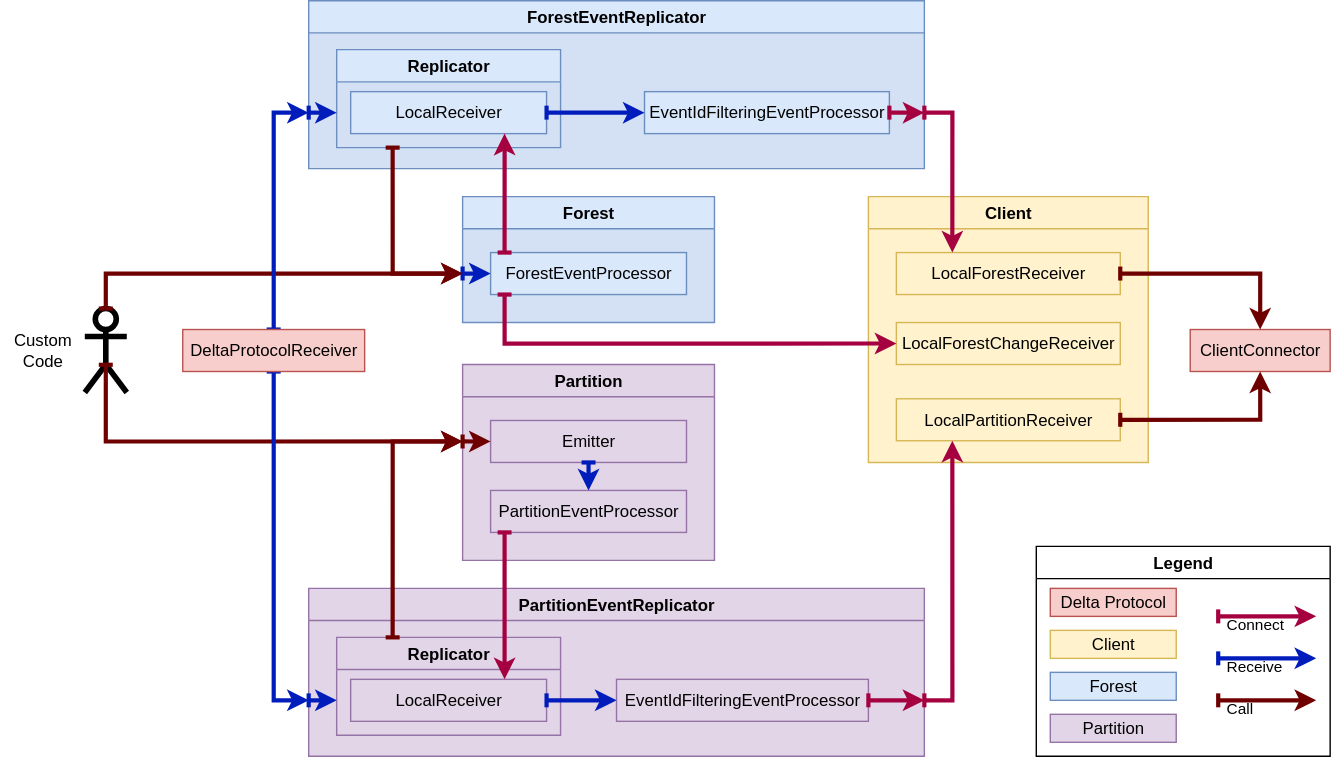
The draw.io diagram docs/processors-noSteps.drawio.svg in LionWeb-io/lionweb-csharp, before a commit. Source tidied: cells renumbered, new cells last; positions are measured from the earlier drawing's top-left corner, leaving out a move shared by most shapes.
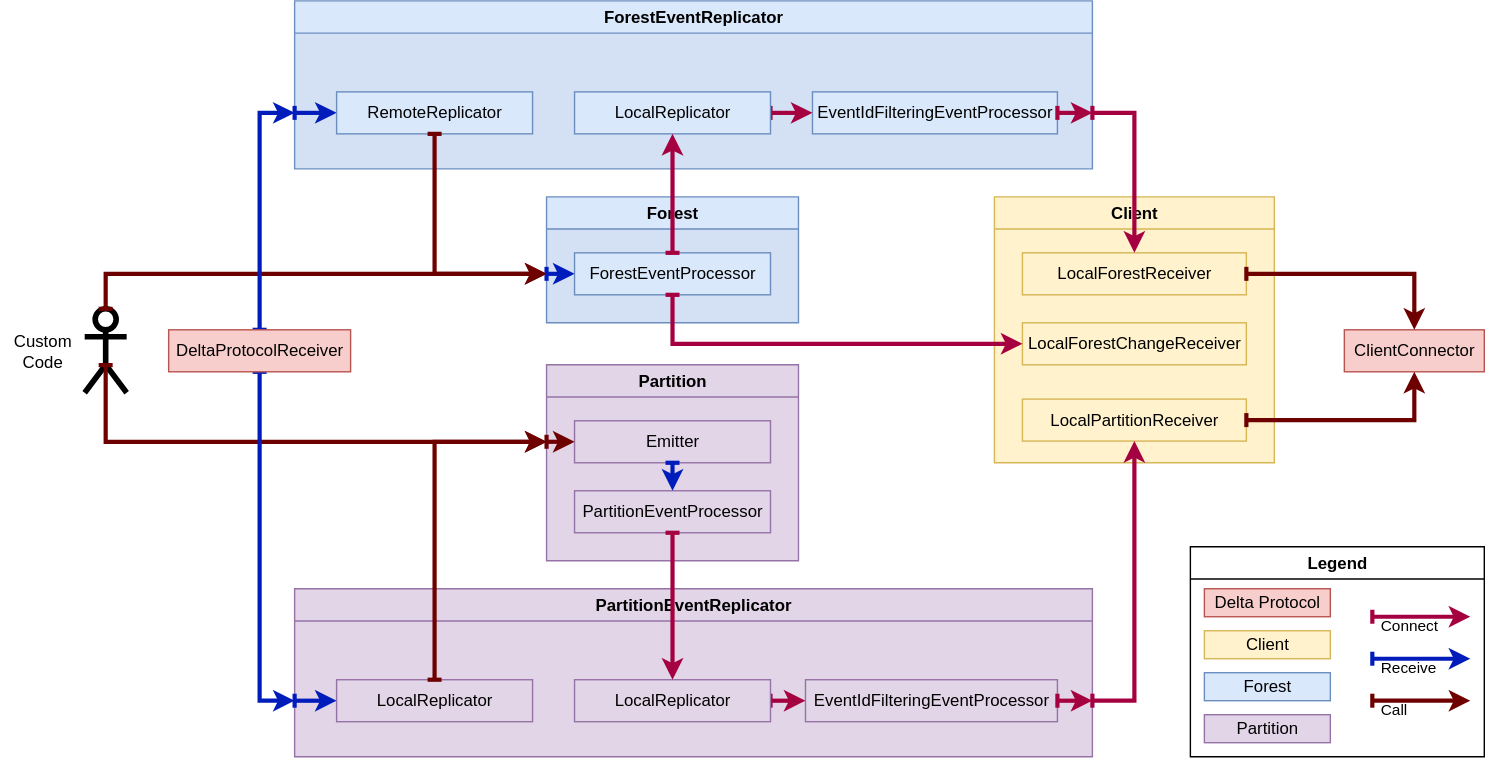
The same file after the commit.

The edit, as a diff of the source:
```diff
@@ -26,36 +26,31 @@
       <mxGeometry relative="1" as="geometry" />
     </mxCell>
     <mxCell id="7" value="&lt;div&gt;DeltaProtocolReceiver&lt;/div&gt;" style="rounded=0;whiteSpace=wrap;html=1;fillColor=#f8cecc;strokeColor=#b85450;" parent="1" vertex="1">
-      <mxGeometry x="130" y="235" width="130" height="30" as="geometry" />
+      <mxGeometry x="120" y="235" width="130" height="30" as="geometry" />
     </mxCell>
     <mxCell id="8" value="ForestEventReplicator" style="swimlane;whiteSpace=wrap;html=1;points=[[0,0,0,0,0],[0,0.25,0,0,0],[0,0.5,0,0,0],[0,1,0,0,-40],[0,1,0,0,0],[0.25,0,0,0,0],[0.25,1,0,0,0],[0.5,0,0,0,0],[0.5,1,0,0,0],[0.75,0,0,0,0],[0.75,1,0,0,0],[1,0,0,0,0],[1,0.25,0,0,0],[1,0.5,0,0,0],[1,1,0,0,-40],[1,1,0,0,0]];fillColor=#dae8fc;strokeColor=#6c8ebf;swimlaneFillColor=#D4E1F5;" parent="1" vertex="1">
-      <mxGeometry x="220" width="440" height="120" as="geometry" />
+      <mxGeometry x="210" width="570" height="120" as="geometry" />
     </mxCell>
-    <mxCell id="9" value="Replicator" style="swimlane;whiteSpace=wrap;html=1;points=[[0,0,0,0,0],[0,0.25,0,0,0],[0,0.5,0,0,0],[0,1,0,0,-25],[0,1,0,0,0],[0,1,0,40,0],[0.25,0,0,0,0],[0.5,0,0,0,0],[0.5,1,0,0,0],[0.75,0,0,0,0],[0.75,1,0,0,0],[1,0,0,0,0],[1,0.25,0,0,0],[1,0.5,0,0,0],[1,0.75,0,0,0],[1,1,0,0,0]];fillColor=#dae8fc;strokeColor=#6c8ebf;gradientColor=none;swimlaneFillColor=#D4E1F5;" parent="8" vertex="1">
-      <mxGeometry x="20" y="35" width="160" height="70" as="geometry" />
-    </mxCell>
-    <mxCell id="10" value="LocalReceiver" style="rounded=0;whiteSpace=wrap;html=1;points=[[0,0,0,0,0],[0,0.25,0,0,0],[0,0.5,0,0,0],[0,0.75,0,0,0],[0,1,0,0,0],[0.25,0,0,0,0],[0.25,1,0,0,0],[0.5,0,0,0,0],[0.5,1,0,0,0],[0.75,0,0,0,0],[1,0,0,0,0],[1,0.25,0,0,0],[1,0.5,0,0,0],[1,0.75,0,0,0],[1,1,0,-30,0],[1,1,0,0,0]];fillColor=#dae8fc;strokeColor=#6c8ebf;" parent="9" vertex="1">
-      <mxGeometry x="10" y="30" width="140" height="30" as="geometry" />
-    </mxCell>
     <mxCell id="11" value="EventIdFilteringEventProcessor" style="rounded=0;whiteSpace=wrap;html=1;fillColor=#dae8fc;strokeColor=#6c8ebf;" parent="8" vertex="1">
-      <mxGeometry x="240" y="65" width="175" height="30" as="geometry" />
+      <mxGeometry x="370" y="65" width="175" height="30" as="geometry" />
     </mxCell>
-    <mxCell id="12" style="edgeStyle=orthogonalEdgeStyle;rounded=0;jettySize=auto;html=1;exitX=0;exitY=1;exitDx=0;exitDy=-40;entryX=0;entryY=1;entryDx=0;entryDy=-25;fillColor=#0050ef;strokeColor=#001DBC;entryPerimeter=0;exitPerimeter=0;strokeWidth=3;startArrow=baseDash;startFill=0;" parent="8" edge="1" source="8" target="9">
+    <mxCell id="12" style="edgeStyle=orthogonalEdgeStyle;rounded=0;jettySize=auto;html=1;exitX=0;exitY=1;exitDx=0;exitDy=-40;entryX=0;entryY=0.5;entryDx=0;entryDy=0;fillColor=#0050ef;strokeColor=#001DBC;entryPerimeter=0;exitPerimeter=0;strokeWidth=3;startArrow=baseDash;startFill=0;" parent="8" edge="1" source="8" target="53">
       <mxGeometry relative="1" as="geometry" />
     </mxCell>
+    <mxCell id="14" style="rounded=0;jettySize=auto;html=1;fillColor=#d80073;strokeColor=#A50040;exitX=1;exitY=0.5;exitDx=0;exitDy=0;strokeWidth=3;startArrow=baseDash;startFill=0;entryX=1;entryY=1;entryDx=0;entryDy=-40;entryPerimeter=0;" parent="8" edge="1" source="11" target="8">
+      <mxGeometry relative="1" as="geometry" />
+    </mxCell>
-    <mxCell id="13" style="edgeStyle=orthogonalEdgeStyle;rounded=0;jettySize=auto;html=1;entryX=0;entryY=0.5;entryDx=0;entryDy=0;fillColor=#0050ef;strokeColor=#001DBC;exitX=1;exitY=0.5;exitDx=0;exitDy=0;strokeWidth=3;startArrow=baseDash;startFill=0;" parent="8" edge="1" source="10" target="11">
+    <mxCell id="13" style="rounded=0;jettySize=auto;html=1;fillColor=#d80073;strokeColor=#A50040;entryX=0;entryY=0.5;entryDx=0;entryDy=0;strokeWidth=3;startArrow=baseDash;startFill=0;exitX=1;exitY=0.5;exitDx=0;exitDy=0;exitPerimeter=0;" parent="8" edge="1" source="10" target="11">
       <mxGeometry relative="1" as="geometry" />
     </mxCell>
-    <mxCell id="14" style="edgeStyle=orthogonalEdgeStyle;rounded=0;jettySize=auto;html=1;fillColor=#d80073;strokeColor=#A50040;exitX=1;exitY=0.5;exitDx=0;exitDy=0;entryX=1;entryY=1;entryDx=0;entryDy=-40;entryPerimeter=0;strokeWidth=3;startArrow=baseDash;startFill=0;" parent="8" edge="1" source="11" target="8">
-      <mxGeometry relative="1" as="geometry">
-        <Array as="points">
-          <mxPoint x="430" y="80" />
-          <mxPoint x="430" y="80" />
-        </Array>
-      </mxGeometry>
-    </mxCell>
+    <mxCell id="10" value="LocalReplicator" style="rounded=0;whiteSpace=wrap;html=1;points=[[0,0,0,0,0],[0,0.25,0,0,0],[0,0.5,0,0,0],[0,0.75,0,0,0],[0,1,0,0,0],[0.25,0,0,0,0],[0.25,1,0,0,0],[0.5,0,0,0,0],[0.5,1,0,0,0],[0.75,0,0,0,0],[1,0,0,0,0],[1,0.25,0,0,0],[1,0.5,0,0,0],[1,0.75,0,0,0],[1,1,0,-30,0],[1,1,0,0,0]];fillColor=#dae8fc;strokeColor=#6c8ebf;" parent="8" vertex="1">
+      <mxGeometry x="200" y="65" width="140" height="30" as="geometry" />
+    </mxCell>
+    <mxCell id="53" value="RemoteReplicator" style="rounded=0;whiteSpace=wrap;html=1;points=[[0,0,0,0,0],[0,0.25,0,0,0],[0,0.5,0,0,0],[0,0.75,0,0,0],[0,1,0,0,0],[0.25,0,0,0,0],[0.25,1,0,0,0],[0.5,0,0,0,0],[0.5,1,0,0,0],[0.75,0,0,0,0],[1,0,0,0,0],[1,0.25,0,0,0],[1,0.5,0,0,0],[1,0.75,0,0,0],[1,1,0,-30,0],[1,1,0,0,0]];fillColor=#dae8fc;strokeColor=#6c8ebf;" parent="8" vertex="1">
+      <mxGeometry x="30" y="65" width="140" height="30" as="geometry" />
+    </mxCell>
     <mxCell id="15" value="Forest" style="swimlane;whiteSpace=wrap;html=1;points=[[0,0,0,0,0],[0,0.25,0,0,0],[0,0.5,0,0,0],[0,1,0,0,-35],[0,1,0,0,0],[0.25,0,0,0,0],[0.25,1,0,0,0],[0.5,0,0,0,0],[0.5,1,0,0,0],[0.75,0,0,0,0],[0.75,1,0,0,0],[1,0,0,0,0],[1,0.25,0,0,0],[1,0.5,0,0,0],[1,0.75,0,0,0],[1,1,0,0,0]];fillColor=#dae8fc;strokeColor=#6c8ebf;swimlaneFillColor=#D4E1F5;" parent="1" vertex="1">
-      <mxGeometry x="330" y="140" width="180" height="90" as="geometry" />
+      <mxGeometry x="390" y="140" width="180" height="90" as="geometry" />
     </mxCell>
     <mxCell id="16" value="ForestEventProcessor" style="rounded=0;whiteSpace=wrap;html=1;points=[[0,0,0,0,0],[0,0,0,10,0],[0,0.25,0,0,0],[0,0.5,0,0,0],[0,0.75,0,0,0],[0,1,0,0,0],[0,1,0,10,0],[0.5,0,0,0,0],[0.5,1,0,0,0],[0.75,0,0,0,0],[0.75,1,0,0,0],[1,0,0,0,0],[1,0.25,0,0,0],[1,0.5,0,0,0],[1,0.75,0,0,0],[1,1,0,0,0]];fillColor=#dae8fc;strokeColor=#6c8ebf;" parent="15" vertex="1">
       <mxGeometry x="20" y="40" width="140" height="30" as="geometry" />
@@ -69,39 +64,28 @@
       </mxGeometry>
     </mxCell>
     <mxCell id="18" value="PartitionEventReplicator" style="swimlane;whiteSpace=wrap;html=1;points=[[0,0,0,0,0],[0,0.25,0,0,0],[0,0.5,0,0,0],[0,1,0,0,-40],[0,1,0,0,0],[0.25,0,0,0,0],[0.25,1,0,0,0],[0.5,0,0,0,0],[0.5,1,0,0,0],[0.75,0,0,0,0],[0.75,1,0,0,0],[1,0,0,0,0],[1,0.25,0,0,0],[1,0.5,0,0,0],[1,1,0,0,-40],[1,1,0,0,0]];fillColor=#e1d5e7;strokeColor=#9673a6;swimlaneFillColor=#E1D5E7;" parent="1" vertex="1">
-      <mxGeometry x="220" y="420" width="440" height="120" as="geometry" />
+      <mxGeometry x="210" y="420" width="570" height="120" as="geometry" />
     </mxCell>
-    <mxCell id="19" value="Replicator" style="swimlane;whiteSpace=wrap;html=1;points=[[0,0,0,0,0],[0,0.25,0,0,0],[0,0.5,0,0,0],[0,1,0,0,-25],[0,1,0,0,0],[0.25,0,0,0,0],[0.25,1,0,0,0],[0.5,0,0,0,0],[0.5,1,0,0,0],[0.75,0,0,0,0],[0.75,1,0,0,0],[1,0,0,0,0],[1,0.25,0,0,0],[1,0.5,0,0,0],[1,0.75,0,0,0],[1,1,0,0,0]];fillColor=#e1d5e7;strokeColor=#9673a6;swimlaneFillColor=#E1D5E7;" parent="18" vertex="1">
-      <mxGeometry x="20" y="35" width="160" height="70" as="geometry" />
-    </mxCell>
-    <mxCell id="20" value="LocalReceiver" style="rounded=0;whiteSpace=wrap;html=1;points=[[0,0,0,0,0],[0,0.25,0,0,0],[0,0.5,0,0,0],[0,0.75,0,0,0],[0,1,0,0,0],[0.25,0,0,0,0],[0.25,1,0,0,0],[0.5,0,0,0,0],[0.5,1,0,0,0],[0.75,1,0,0,0],[1,0,0,-30,0],[1,0,0,0,0],[1,0.25,0,0,0],[1,0.5,0,0,0],[1,0.75,0,0,0],[1,1,0,0,0]];fillColor=#e1d5e7;strokeColor=#9673a6;" parent="19" vertex="1">
-      <mxGeometry x="10" y="30" width="140" height="30" as="geometry" />
-    </mxCell>
     <mxCell id="21" value="EventIdFilteringEventProcessor" style="rounded=0;whiteSpace=wrap;html=1;fillColor=#e1d5e7;strokeColor=#9673a6;" parent="18" vertex="1">
-      <mxGeometry x="220" y="65" width="180" height="30" as="geometry" />
+      <mxGeometry x="365" y="65" width="180" height="30" as="geometry" />
     </mxCell>
-    <mxCell id="22" style="edgeStyle=orthogonalEdgeStyle;rounded=0;jettySize=auto;html=1;exitX=0;exitY=1;exitDx=0;exitDy=-40;entryX=0;entryY=1;entryDx=0;entryDy=-25;fillColor=#0050ef;strokeColor=#001DBC;exitPerimeter=0;entryPerimeter=0;strokeWidth=3;startArrow=baseDash;startFill=0;" parent="18" edge="1" source="18" target="19">
-      <mxGeometry relative="1" as="geometry">
-        <Array as="points">
-          <mxPoint x="10" y="80" />
-          <mxPoint x="10" y="80" />
-        </Array>
-      </mxGeometry>
+    <mxCell id="22" style="edgeStyle=orthogonalEdgeStyle;rounded=0;jettySize=auto;html=1;exitX=0;exitY=1;exitDx=0;exitDy=-40;entryX=0;entryY=0.5;entryDx=0;entryDy=0;fillColor=#0050ef;strokeColor=#001DBC;exitPerimeter=0;entryPerimeter=0;strokeWidth=3;startArrow=baseDash;startFill=0;" parent="18" edge="1" source="18" target="54">
+      <mxGeometry relative="1" as="geometry" />
     </mxCell>
+    <mxCell id="24" style="rounded=0;jettySize=auto;html=1;fillColor=#d80073;strokeColor=#A50040;exitX=1;exitY=0.5;exitDx=0;exitDy=0;strokeWidth=3;startArrow=baseDash;startFill=0;entryX=1;entryY=1;entryDx=0;entryDy=-40;entryPerimeter=0;" parent="18" edge="1" source="21" target="18">
+      <mxGeometry relative="1" as="geometry" />
+    </mxCell>
-    <mxCell id="23" style="edgeStyle=orthogonalEdgeStyle;rounded=0;jettySize=auto;html=1;entryX=0;entryY=0.5;entryDx=0;entryDy=0;fillColor=#0050ef;strokeColor=#001DBC;exitX=1;exitY=0.5;exitDx=0;exitDy=0;strokeWidth=3;startArrow=baseDash;startFill=0;" parent="18" edge="1" source="20" target="21">
+    <mxCell id="23" style="rounded=0;jettySize=auto;html=1;fillColor=#d80073;strokeColor=#A50040;exitX=1;exitY=0.5;exitDx=0;exitDy=0;strokeWidth=3;startArrow=baseDash;startFill=0;exitPerimeter=0;entryX=0;entryY=0.5;entryDx=0;entryDy=0;" parent="18" edge="1" source="20" target="21">
       <mxGeometry relative="1" as="geometry" />
     </mxCell>
-    <mxCell id="24" style="edgeStyle=orthogonalEdgeStyle;rounded=0;jettySize=auto;html=1;fillColor=#d80073;strokeColor=#A50040;exitX=1;exitY=0.5;exitDx=0;exitDy=0;strokeWidth=3;startArrow=baseDash;startFill=0;" parent="18" edge="1" source="21">
-      <mxGeometry relative="1" as="geometry">
-        <mxPoint x="440" y="80" as="targetPoint" />
-        <Array as="points">
-          <mxPoint x="430" y="80" />
-          <mxPoint x="430" y="80" />
-        </Array>
-      </mxGeometry>
-    </mxCell>
+    <mxCell id="20" value="LocalReplicator" style="rounded=0;whiteSpace=wrap;html=1;points=[[0,0,0,0,0],[0,0.25,0,0,0],[0,0.5,0,0,0],[0,0.75,0,0,0],[0,1,0,0,0],[0.25,0,0,0,0],[0.25,1,0,0,0],[0.5,0,0,0,0],[0.5,1,0,0,0],[0.75,1,0,0,0],[1,0,0,-30,0],[1,0,0,0,0],[1,0.25,0,0,0],[1,0.5,0,0,0],[1,0.75,0,0,0],[1,1,0,0,0]];fillColor=#e1d5e7;strokeColor=#9673a6;" parent="18" vertex="1">
+      <mxGeometry x="200" y="65" width="140" height="30" as="geometry" />
+    </mxCell>
+    <mxCell id="54" value="LocalReplicator" style="rounded=0;whiteSpace=wrap;html=1;points=[[0,0,0,0,0],[0,0.25,0,0,0],[0,0.5,0,0,0],[0,0.75,0,0,0],[0,1,0,0,0],[0.25,0,0,0,0],[0.25,1,0,0,0],[0.5,0,0,0,0],[0.5,1,0,0,0],[0.75,1,0,0,0],[1,0,0,-30,0],[1,0,0,0,0],[1,0.25,0,0,0],[1,0.5,0,0,0],[1,0.75,0,0,0],[1,1,0,0,0]];fillColor=#e1d5e7;strokeColor=#9673a6;" parent="18" vertex="1">
+      <mxGeometry x="30" y="65" width="140" height="30" as="geometry" />
+    </mxCell>
     <mxCell id="25" value="Partition" style="swimlane;whiteSpace=wrap;html=1;points=[[0,0,0,0,0],[0,0,0,0,55],[0,0.5,0,0,0],[0,0.75,0,0,0],[0,1,0,0,0],[0.25,0,0,0,0],[0.25,1,0,0,0],[0.5,0,0,0,0],[0.5,1,0,0,0],[0.75,0,0,0,0],[0.75,1,0,0,0],[1,0,0,0,0],[1,0.25,0,0,0],[1,0.5,0,0,0],[1,0.75,0,0,0],[1,1,0,0,0]];fillColor=#e1d5e7;strokeColor=#9673a6;swimlaneFillColor=#E1D5E7;" parent="1" vertex="1">
-      <mxGeometry x="330" y="260" width="180" height="140" as="geometry" />
+      <mxGeometry x="390" y="260" width="180" height="140" as="geometry" />
     </mxCell>
     <mxCell id="26" value="Emitter" style="rounded=0;whiteSpace=wrap;html=1;fillColor=#e1d5e7;strokeColor=#9673a6;" parent="25" vertex="1">
       <mxGeometry x="20" y="40" width="140" height="30" as="geometry" />
@@ -120,29 +104,24 @@
         </Array>
       </mxGeometry>
     </mxCell>
-    <mxCell id="30" style="edgeStyle=orthogonalEdgeStyle;rounded=0;jettySize=auto;html=1;exitX=0.25;exitY=0;exitDx=0;exitDy=0;fillColor=#a20025;strokeColor=#6F0000;entryX=0;entryY=0;entryDx=0;entryDy=55;entryPerimeter=0;strokeWidth=3;startArrow=baseDash;startFill=0;" parent="1" edge="1" source="19" target="25">
+    <mxCell id="30" style="edgeStyle=orthogonalEdgeStyle;rounded=0;jettySize=auto;html=1;exitX=0.5;exitY=0;exitDx=0;exitDy=0;fillColor=#a20025;strokeColor=#6F0000;entryX=0;entryY=0;entryDx=0;entryDy=55;entryPerimeter=0;strokeWidth=3;startArrow=baseDash;startFill=0;exitPerimeter=0;" parent="1" edge="1" source="54" target="25">
       <mxGeometry relative="1" as="geometry">
         <Array as="points">
-          <mxPoint x="280" y="315" />
+          <mxPoint x="310" y="315" />
         </Array>
       </mxGeometry>
     </mxCell>
-    <mxCell id="31" style="edgeStyle=orthogonalEdgeStyle;rounded=0;jettySize=auto;html=1;fillColor=#d80073;strokeColor=#A50040;exitX=0;exitY=1;exitDx=10;exitDy=0;exitPerimeter=0;entryX=1;entryY=0;entryDx=-30;entryDy=0;entryPerimeter=0;strokeWidth=3;startArrow=baseDash;startFill=0;" parent="1" edge="1" source="27" target="20">
+    <mxCell id="31" style="edgeStyle=orthogonalEdgeStyle;rounded=0;jettySize=auto;html=1;fillColor=#d80073;strokeColor=#A50040;exitX=0.5;exitY=1;exitDx=0;exitDy=0;exitPerimeter=0;entryX=0.5;entryY=0;entryDx=0;entryDy=0;entryPerimeter=0;strokeWidth=3;startArrow=baseDash;startFill=0;" parent="1" edge="1" source="27" target="20">
       <mxGeometry relative="1" as="geometry" />
     </mxCell>
-    <mxCell id="32" style="edgeStyle=orthogonalEdgeStyle;rounded=0;jettySize=auto;html=1;exitX=0;exitY=1;exitDx=40;exitDy=0;fillColor=#a20025;strokeColor=#6F0000;entryX=0;entryY=1;entryDx=0;entryDy=-35;entryPerimeter=0;exitPerimeter=0;strokeWidth=3;startArrow=baseDash;startFill=0;" parent="1" edge="1" source="9" target="15">
+    <mxCell id="32" style="edgeStyle=orthogonalEdgeStyle;rounded=0;jettySize=auto;html=1;exitX=0.5;exitY=1;exitDx=0;exitDy=0;fillColor=#a20025;strokeColor=#6F0000;entryX=0;entryY=1;entryDx=0;entryDy=-35;entryPerimeter=0;exitPerimeter=0;strokeWidth=3;startArrow=baseDash;startFill=0;" parent="1" edge="1" source="53" target="15">
       <mxGeometry relative="1" as="geometry" />
     </mxCell>
-    <mxCell id="33" style="edgeStyle=orthogonalEdgeStyle;rounded=0;jettySize=auto;html=1;fillColor=#d80073;strokeColor=#A50040;exitX=0;exitY=0;exitDx=10;exitDy=0;exitPerimeter=0;entryX=1;entryY=1;entryDx=-30;entryDy=0;entryPerimeter=0;strokeWidth=3;startArrow=baseDash;startFill=0;" parent="1" edge="1" source="16" target="10">
-      <mxGeometry relative="1" as="geometry">
-        <Array as="points">
-          <mxPoint x="360" y="110" />
-          <mxPoint x="360" y="110" />
-        </Array>
-      </mxGeometry>
+    <mxCell id="33" style="rounded=0;jettySize=auto;html=1;fillColor=#d80073;strokeColor=#A50040;exitX=0.5;exitY=0;exitDx=0;exitDy=0;exitPerimeter=0;entryX=0.5;entryY=1;entryDx=0;entryDy=0;entryPerimeter=0;strokeWidth=3;startArrow=baseDash;startFill=0;" parent="1" edge="1" source="16" target="10">
+      <mxGeometry relative="1" as="geometry" />
     </mxCell>
     <mxCell id="34" value="Client" style="swimlane;whiteSpace=wrap;html=1;fillColor=#fff2cc;strokeColor=#d6b656;swimlaneFillColor=#FFF2CC;" parent="1" vertex="1">
-      <mxGeometry x="620" y="140" width="200" height="190" as="geometry" />
+      <mxGeometry x="710" y="140" width="200" height="190" as="geometry" />
     </mxCell>
     <mxCell id="35" value="LocalForestReceiver" style="rounded=0;whiteSpace=wrap;html=1;fillColor=#fff2cc;strokeColor=#d6b656;" parent="34" vertex="1">
       <mxGeometry x="20" y="40" width="160" height="30" as="geometry" />
@@ -153,46 +132,46 @@
     <mxCell id="37" value="LocalPartitionReceiver" style="rounded=0;whiteSpace=wrap;html=1;fillColor=#fff2cc;strokeColor=#d6b656;" parent="34" vertex="1">
       <mxGeometry x="20" y="144.5" width="160" height="30" as="geometry" />
     </mxCell>
-    <mxCell id="38" style="edgeStyle=orthogonalEdgeStyle;rounded=0;jettySize=auto;html=1;fillColor=#d80073;strokeColor=#A50040;exitX=1;exitY=1;exitDx=0;exitDy=-40;entryX=0.25;entryY=0;entryDx=0;entryDy=0;exitPerimeter=0;strokeWidth=3;startArrow=baseDash;startFill=0;" parent="1" edge="1" source="8" target="35">
+    <mxCell id="38" style="edgeStyle=orthogonalEdgeStyle;rounded=0;jettySize=auto;html=1;fillColor=#d80073;strokeColor=#A50040;exitX=1;exitY=1;exitDx=0;exitDy=-40;entryX=0.5;entryY=0;entryDx=0;entryDy=0;exitPerimeter=0;strokeWidth=3;startArrow=baseDash;startFill=0;" parent="1" edge="1" source="8" target="35">
       <mxGeometry relative="1" as="geometry">
         <Array as="points">
-          <mxPoint x="680" y="80" />
+          <mxPoint x="810" y="80" />
         </Array>
       </mxGeometry>
     </mxCell>
-    <mxCell id="39" style="edgeStyle=orthogonalEdgeStyle;rounded=0;jettySize=auto;html=1;fillColor=#d80073;strokeColor=#A50040;exitX=1;exitY=1;exitDx=0;exitDy=-40;entryX=0.25;entryY=1;entryDx=0;entryDy=0;exitPerimeter=0;strokeWidth=3;startArrow=baseDash;startFill=0;" parent="1" edge="1" source="18" target="37">
+    <mxCell id="39" style="edgeStyle=orthogonalEdgeStyle;rounded=0;jettySize=auto;html=1;fillColor=#d80073;strokeColor=#A50040;exitX=1;exitY=1;exitDx=0;exitDy=-40;entryX=0.5;entryY=1;entryDx=0;entryDy=0;exitPerimeter=0;strokeWidth=3;startArrow=baseDash;startFill=0;" parent="1" edge="1" source="18" target="37">
       <mxGeometry relative="1" as="geometry">
         <Array as="points">
-          <mxPoint x="680" y="500" />
+          <mxPoint x="810" y="500" />
         </Array>
       </mxGeometry>
     </mxCell>
-    <mxCell id="40" style="edgeStyle=orthogonalEdgeStyle;rounded=0;jettySize=auto;html=1;fillColor=#d80073;strokeColor=#A50040;exitX=0;exitY=1;exitDx=10;exitDy=0;entryX=0;entryY=0.5;entryDx=0;entryDy=0;exitPerimeter=0;strokeWidth=3;startArrow=baseDash;startFill=0;" parent="1" edge="1" source="16" target="36">
+    <mxCell id="40" style="edgeStyle=orthogonalEdgeStyle;rounded=0;jettySize=auto;html=1;fillColor=#d80073;strokeColor=#A50040;exitX=0.5;exitY=1;exitDx=0;exitDy=0;entryX=0;entryY=0.5;entryDx=0;entryDy=0;exitPerimeter=0;strokeWidth=3;startArrow=baseDash;startFill=0;" parent="1" edge="1" source="16" target="36">
       <mxGeometry relative="1" as="geometry">
         <Array as="points">
-          <mxPoint x="360" y="245" />
+          <mxPoint x="480" y="245" />
         </Array>
       </mxGeometry>
     </mxCell>
     <mxCell id="41" value="ClientConnector" style="rounded=0;whiteSpace=wrap;html=1;fillColor=#f8cecc;strokeColor=#b85450;" parent="1" vertex="1">
-      <mxGeometry x="850" y="235" width="100" height="30" as="geometry" />
+      <mxGeometry x="960" y="235" width="100" height="30" as="geometry" />
     </mxCell>
     <mxCell id="42" style="edgeStyle=orthogonalEdgeStyle;rounded=0;jettySize=auto;html=1;exitX=1;exitY=0.5;exitDx=0;exitDy=0;fillColor=#a20025;strokeColor=#6F0000;entryX=0.5;entryY=0;entryDx=0;entryDy=0;strokeWidth=3;startArrow=baseDash;startFill=0;" parent="1" edge="1" source="35" target="41">
       <mxGeometry relative="1" as="geometry">
         <Array as="points">
-          <mxPoint x="900" y="195" />
+          <mxPoint x="1010" y="195" />
         </Array>
       </mxGeometry>
     </mxCell>
     <mxCell id="43" style="edgeStyle=orthogonalEdgeStyle;rounded=0;jettySize=auto;html=1;exitX=1;exitY=0.5;exitDx=0;exitDy=0;fillColor=#a20025;strokeColor=#6F0000;entryX=0.5;entryY=1;entryDx=0;entryDy=0;strokeWidth=3;startArrow=baseDash;startFill=0;" parent="1" edge="1" source="37" target="41">
       <mxGeometry relative="1" as="geometry">
         <Array as="points">
-          <mxPoint x="900" y="300" />
+          <mxPoint x="1010" y="300" />
         </Array>
       </mxGeometry>
     </mxCell>
     <mxCell id="44" value="Legend" style="swimlane;whiteSpace=wrap;html=1;" parent="1" vertex="1">
-      <mxGeometry x="740" y="390" width="210" height="150" as="geometry" />
+      <mxGeometry x="850" y="390" width="210" height="150" as="geometry" />
     </mxCell>
     <mxCell id="45" value="Delta Protocol" style="rounded=0;whiteSpace=wrap;html=1;fillColor=#f8cecc;strokeColor=#b85450;" parent="44" vertex="1">
       <mxGeometry x="10" y="30" width="90" height="20" as="geometry" />
```
